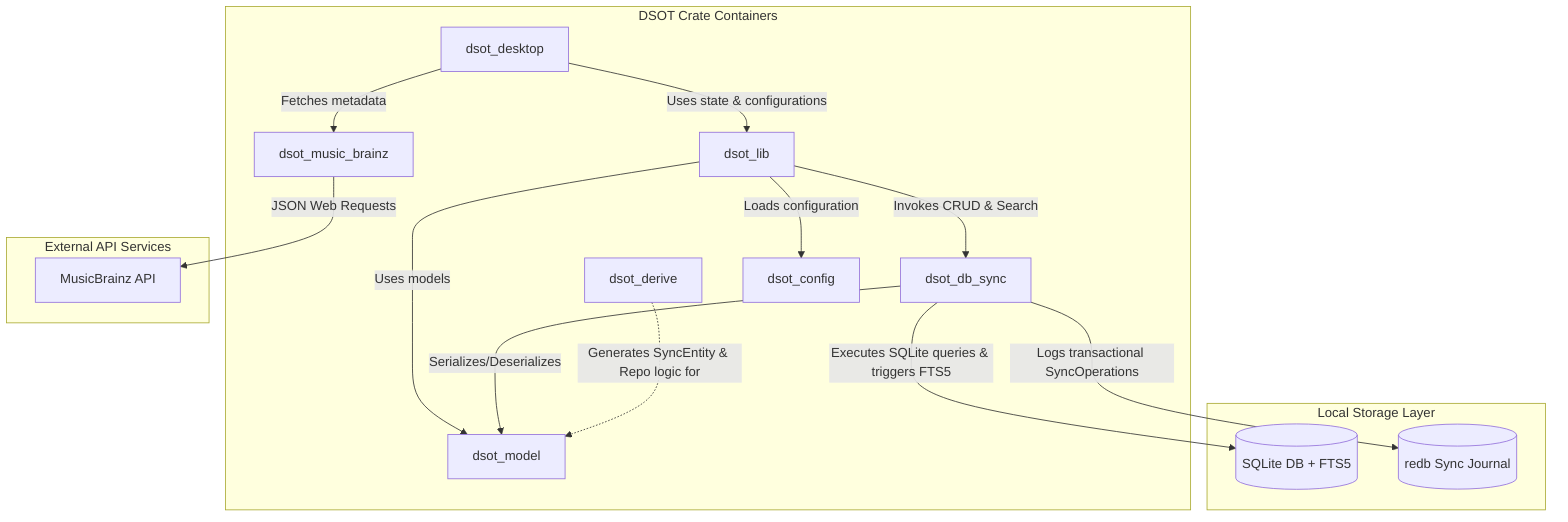
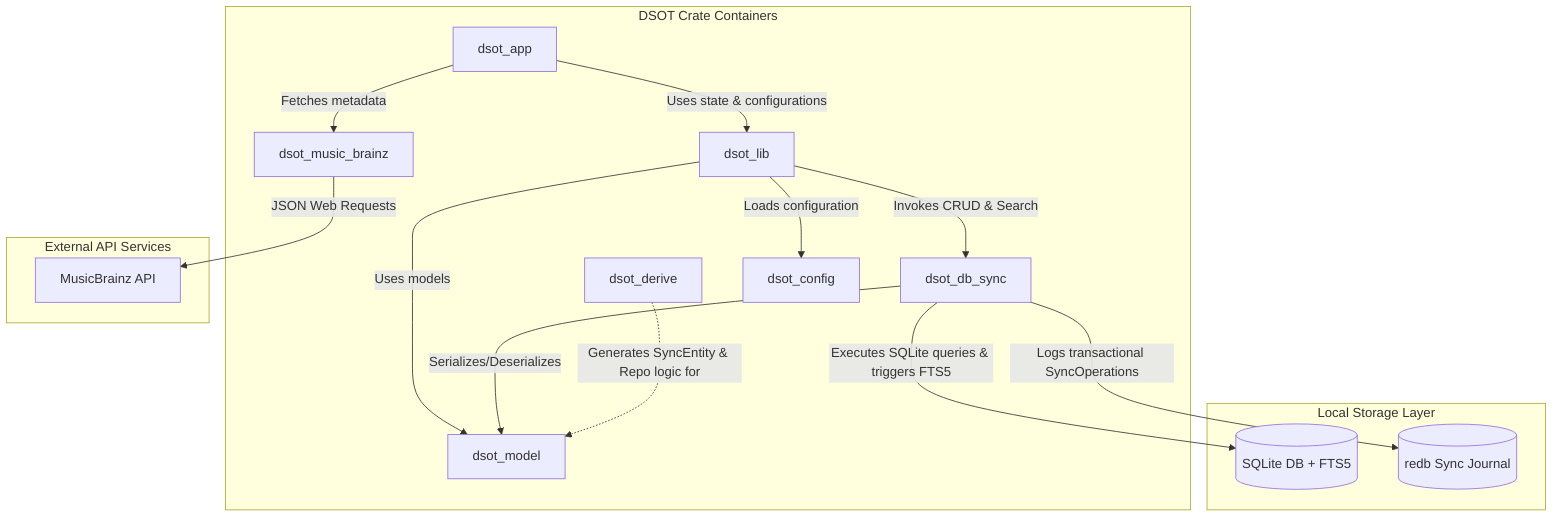
graph TD
    subgraph Cargo Workspace [DSOT Crate Containers]
-         DesktopApp[dsot_desktop]
+         DesktopApp[dsot_app]
        Lib[dsot_lib]
        Model[dsot_model]
        DbSync[dsot_db_sync]
        Derive[dsot_derive]
        MB[dsot_music_brainz]
        Config[dsot_config]
    end

    subgraph Storage [Local Storage Layer]
        SQLite[(SQLite DB + FTS5)]
        Redb[(redb Sync Journal)]
    end

    subgraph Remote [External API Services]
        MusicBrainzAPI[MusicBrainz API]
    end

    DesktopApp -->|Uses state & configurations| Lib
    Lib -->|Invokes CRUD & Search| DbSync
    Lib -->|Uses models| Model
    Lib -->|Loads configuration| Config

    DbSync -->|Serializes/Deserializes| Model
    Derive -.->|Generates SyncEntity & Repo logic for| Model

    DbSync -->|Executes SQLite queries & triggers FTS5| SQLite
    DbSync -->|Logs transactional SyncOperations| Redb

    DesktopApp -->|Fetches metadata| MB
    MB -->|JSON Web Requests| MusicBrainzAPI
